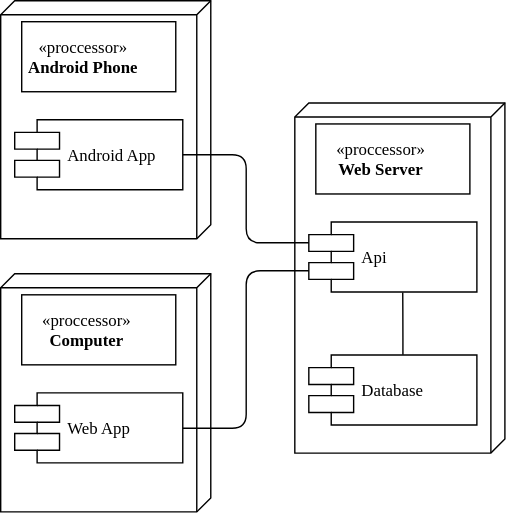
Earlier version of the draw.io export recources/SoftwareArchitectureDocument/DeploymentView.svg (KeepThings/KeepThingsWeb). Source tidied: cells renumbered, new cells last; positions are measured from the earlier drawing's top-left corner, leaving out a move shared by most shapes.
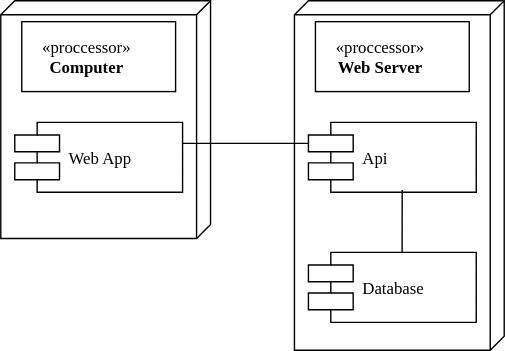
The same file after the commit.

The edit, as a diff of the source:
```diff
@@ -2,40 +2,28 @@
   <root>
     <mxCell id="0" />
     <mxCell id="1" parent="0" />
-    <mxCell id="2" style="verticalAlign=top;align=left;spacingTop=8;spacingLeft=2;spacingRight=12;shape=cube;size=10;direction=south;fontStyle=4;html=1;rounded=0;shadow=0;comic=0;labelBackgroundColor=none;strokeColor=#000000;strokeWidth=1;fillColor=#ffffff;fontFamily=Verdana;fontSize=12;fontColor=#000000;" parent="1" vertex="1">
-      <mxGeometry width="150" height="170" as="geometry" />
-    </mxCell>
     <mxCell id="3" style="verticalAlign=top;align=left;spacingTop=8;spacingLeft=2;spacingRight=12;shape=cube;size=10;direction=south;fontStyle=4;html=1;rounded=0;shadow=0;comic=0;labelBackgroundColor=none;strokeColor=#000000;strokeWidth=1;fillColor=#ffffff;fontFamily=Verdana;fontSize=12;fontColor=#000000;" parent="1" vertex="1">
       <mxGeometry x="210" y="73" width="150" height="250" as="geometry" />
     </mxCell>
-    <mxCell id="4" value="«proccessor»&lt;br&gt;&lt;b&gt;Android Phone&lt;/b&gt;" style="html=1;rounded=0;shadow=0;comic=0;labelBackgroundColor=none;strokeColor=#000000;strokeWidth=1;fillColor=#ffffff;fontFamily=Verdana;fontSize=12;fontColor=#000000;align=center;" parent="1" vertex="1">
-      <mxGeometry x="15" y="15" width="110" height="50" as="geometry" />
-    </mxCell>
-    <mxCell id="5" value="Android App" style="shape=component;align=left;spacingLeft=36;rounded=0;shadow=0;comic=0;labelBackgroundColor=none;strokeColor=#000000;strokeWidth=1;fillColor=#ffffff;fontFamily=Verdana;fontSize=12;fontColor=#000000;html=1;" parent="1" vertex="1">
-      <mxGeometry x="10" y="85" width="120" height="50" as="geometry" />
-    </mxCell>
     <mxCell id="6" value="«proccessor»&lt;br&gt;&lt;b&gt;Web Server&lt;/b&gt;" style="html=1;rounded=0;shadow=0;comic=0;labelBackgroundColor=none;strokeColor=#000000;strokeWidth=1;fillColor=#ffffff;fontFamily=Verdana;fontSize=12;fontColor=#000000;align=center;" parent="1" vertex="1">
       <mxGeometry x="225" y="88" width="110" height="50" as="geometry" />
     </mxCell>
     <mxCell id="7" value="Api" style="shape=component;align=left;spacingLeft=36;rounded=0;shadow=0;comic=0;labelBackgroundColor=none;strokeColor=#000000;strokeWidth=1;fillColor=#ffffff;fontFamily=Verdana;fontSize=12;fontColor=#000000;html=1;" parent="1" vertex="1">
-      <mxGeometry x="220" y="158" width="120" height="50" as="geometry" />
+      <mxGeometry x="220" y="160" width="120" height="50" as="geometry" />
     </mxCell>
     <mxCell id="8" value="Database&lt;br&gt;" style="shape=component;align=left;spacingLeft=36;rounded=0;shadow=0;comic=0;labelBackgroundColor=none;strokeColor=#000000;strokeWidth=1;fillColor=#ffffff;fontFamily=Verdana;fontSize=12;fontColor=#000000;html=1;" parent="1" vertex="1">
       <mxGeometry x="220" y="253" width="120" height="50" as="geometry" />
     </mxCell>
-    <mxCell id="9" style="edgeStyle=elbowEdgeStyle;elbow=horizontal;endArrow=none;html=1;endFill=0;entryX=0;entryY=0.3;exitX=1;exitY=0.5;" parent="1" edge="1" source="5" target="7">
-      <mxGeometry relative="1" as="geometry" />
-    </mxCell>
     <mxCell id="10" style="verticalAlign=top;align=left;spacingTop=8;spacingLeft=2;spacingRight=12;shape=cube;size=10;direction=south;fontStyle=4;html=1;rounded=0;shadow=0;comic=0;labelBackgroundColor=none;strokeColor=#000000;strokeWidth=1;fillColor=#ffffff;fontFamily=Verdana;fontSize=12;fontColor=#000000;" parent="1" vertex="1">
-      <mxGeometry y="195" width="150" height="170" as="geometry" />
+      <mxGeometry y="73" width="150" height="170" as="geometry" />
     </mxCell>
     <mxCell id="11" value="«proccessor»&lt;br&gt;&lt;b&gt;Computer&lt;/b&gt;&lt;br&gt;" style="html=1;rounded=0;shadow=0;comic=0;labelBackgroundColor=none;strokeColor=#000000;strokeWidth=1;fillColor=#ffffff;fontFamily=Verdana;fontSize=12;fontColor=#000000;align=center;" parent="1" vertex="1">
-      <mxGeometry x="15" y="210" width="110" height="50" as="geometry" />
+      <mxGeometry x="15" y="88" width="110" height="50" as="geometry" />
     </mxCell>
     <mxCell id="12" value="Web App" style="shape=component;align=left;spacingLeft=36;rounded=0;shadow=0;comic=0;labelBackgroundColor=none;strokeColor=#000000;strokeWidth=1;fillColor=#ffffff;fontFamily=Verdana;fontSize=12;fontColor=#000000;html=1;" parent="1" vertex="1">
-      <mxGeometry x="10" y="280" width="120" height="50" as="geometry" />
+      <mxGeometry x="10" y="160" width="120" height="50" as="geometry" />
     </mxCell>
-    <mxCell id="13" style="edgeStyle=elbowEdgeStyle;elbow=horizontal;endArrow=none;html=1;endFill=0;entryX=0;entryY=0.7;exitX=1;exitY=0.5;" parent="1" edge="1" source="12" target="7">
+    <mxCell id="13" style="edgeStyle=elbowEdgeStyle;elbow=horizontal;endArrow=none;html=1;endFill=0;entryX=0;entryY=0.3;entryDx=0;entryDy=0;exitX=1.003;exitY=0.302;exitDx=0;exitDy=0;exitPerimeter=0;" parent="1" edge="1" source="12" target="7">
       <mxGeometry relative="1" as="geometry" />
     </mxCell>
     <mxCell id="14" style="edgeStyle=elbowEdgeStyle;elbow=vertical;endArrow=none;html=1;fontSize=11;endFill=0;exitX=0.559;exitY=-0.006;entryX=0.559;entryY=1.007;entryPerimeter=0;exitPerimeter=0;" parent="1" edge="1" source="8">
```
